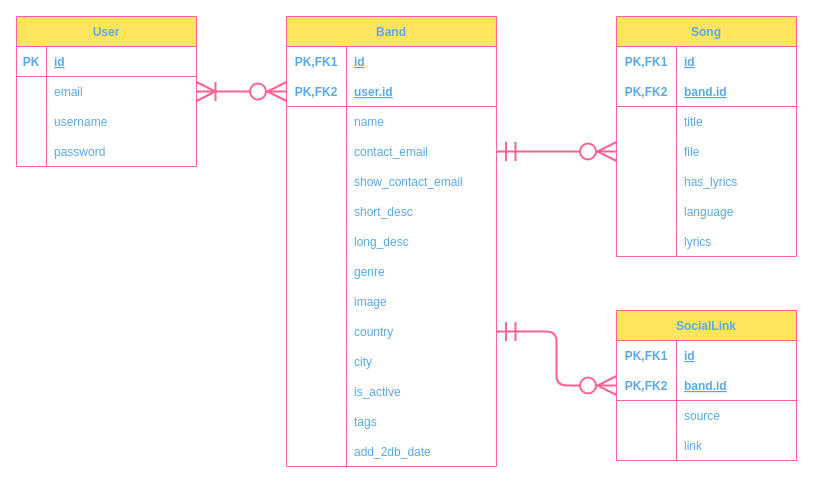
This is UML/ERD.drawio from Gruszecki/garage.online, a draw.io file, before an edit. Source tidied: cells renumbered, new cells numbered last; positions are measured from the earlier drawing's top-left corner, leaving out a move shared by most shapes. Both pictures are drawn from the tidied source at 100%, with x=0, y=0 at pixel (16, 16).
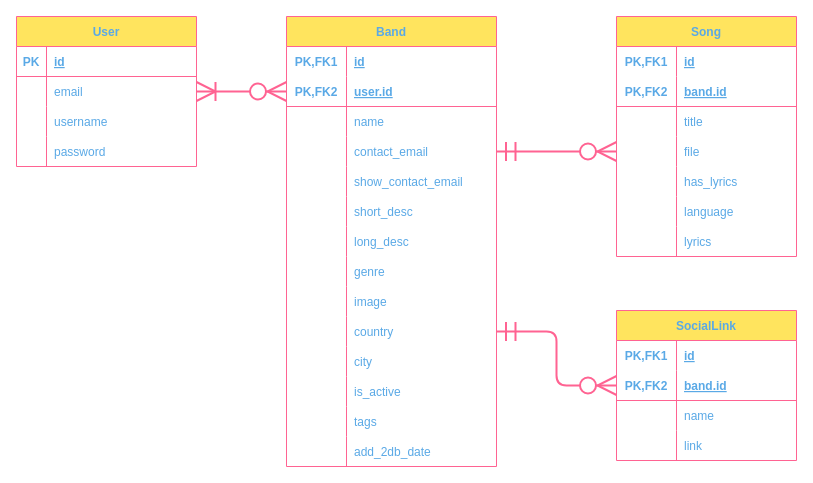
The same diagram, later.

Unchanged cells that the change refers to:
```xml
<mxCell id="32" style="shape=partialRectangle;fillColor=none;top=0;left=0;bottom=0;right=0;rounded=0;sketch=0;fontColor=#5AA9E6;strokeColor=#FF6392;" parent="25" vertex="1">
  <mxGeometry y="90" width="180" height="30" as="geometry" />
</mxCell>
```

Diff of the diagram source:
```diff
@@
-    <mxCell id="34" value="source" style="shape=partialRectangle;fillColor=none;top=0;left=0;bottom=0;right=0;align=left;spacingLeft=6;overflow=hidden;rounded=0;sketch=0;fontColor=#5AA9E6;strokeColor=#FF6392;" parent="32" vertex="1">
+    <mxCell id="34" value="name" style="shape=partialRectangle;fillColor=none;top=0;left=0;bottom=0;right=0;align=left;spacingLeft=6;overflow=hidden;rounded=0;sketch=0;fontColor=#5AA9E6;strokeColor=#FF6392;" parent="32" vertex="1">
       <mxGeometry x="60" width="120" height="30" as="geometry" />
     </mxCell>
```
